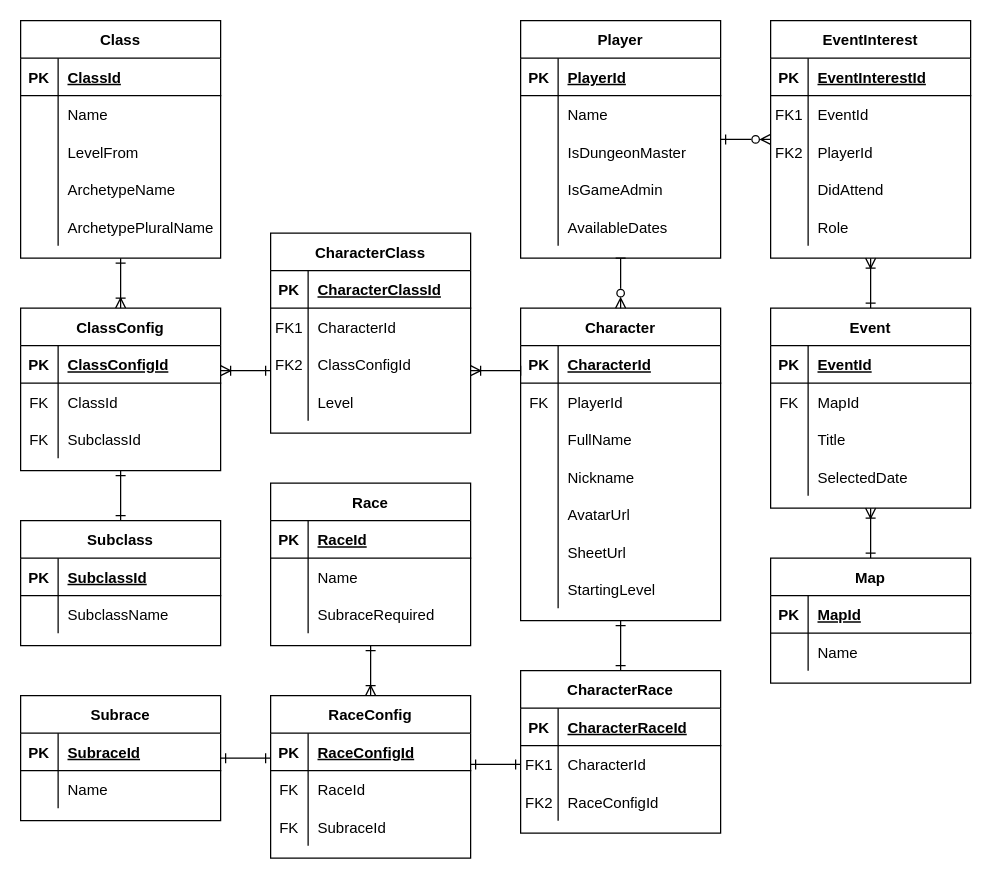
This is Documentation/Entity Relationship Diagram.drawio from Jackclarke95/into-the-west, a draw.io file, before an edit. Source tidied: cells renumbered, new cells numbered last; positions are measured from the earlier drawing's top-left corner, leaving out a move shared by most shapes. Both pictures are drawn from the tidied source at 125%, with x=0, y=0 at pixel (20, 20).
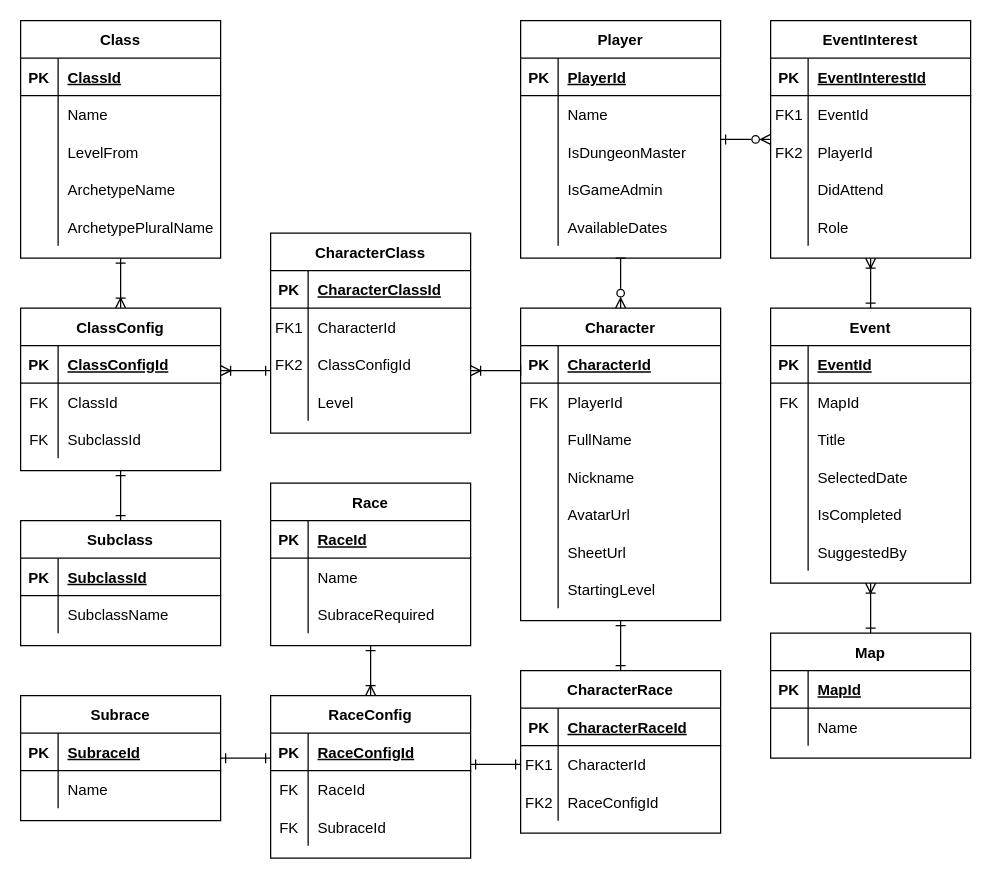
After the change.

The edit, as a diff of the source:
```diff
@@
     <mxCell id="26" value="Event" style="shape=table;startSize=30;childLayout=tableLayout;rowLines=0;fontStyle=1;align=center;strokeColor=default;" parent="1" vertex="1">
-      <mxGeometry x="600" y="230" width="160" height="160" as="geometry" />
+      <mxGeometry x="600" y="230" width="160" height="220" as="geometry" />
     </mxCell>
@@
+    <mxCell id="172" style="shape=tableRow;horizontal=0;startSize=0;swimlaneHead=0;swimlaneBody=0;fillColor=none;top=0;left=0;right=0;bottom=0;" parent="26" vertex="1">
+      <mxGeometry y="150" width="160" height="30" as="geometry" />
+    </mxCell>
+    <mxCell id="173" style="shape=partialRectangle;fillColor=none;top=0;left=0;bottom=0;right=0;overflow=hidden;" parent="172" vertex="1">
+      <mxGeometry width="30" height="30" as="geometry" />
+    </mxCell>
+    <mxCell id="174" value="IsCompleted" style="shape=partialRectangle;fillColor=none;top=0;left=0;bottom=0;right=0;align=left;spacingLeft=6;overflow=hidden;" parent="172" vertex="1">
+      <mxGeometry x="30" width="130" height="30" as="geometry" />
+    </mxCell>
+    <mxCell id="175" style="shape=tableRow;horizontal=0;startSize=0;swimlaneHead=0;swimlaneBody=0;fillColor=none;top=0;left=0;right=0;bottom=0;" parent="26" vertex="1">
+      <mxGeometry y="180" width="160" height="30" as="geometry" />
+    </mxCell>
+    <mxCell id="176" style="shape=partialRectangle;fillColor=none;top=0;left=0;bottom=0;right=0;overflow=hidden;" parent="175" vertex="1">
+      <mxGeometry width="30" height="30" as="geometry" />
+    </mxCell>
+    <mxCell id="177" value="SuggestedBy" style="shape=partialRectangle;fillColor=none;top=0;left=0;bottom=0;right=0;align=left;spacingLeft=6;overflow=hidden;" parent="175" vertex="1">
+      <mxGeometry x="30" width="130" height="30" as="geometry" />
+    </mxCell>
@@
     <mxCell id="128" value="Map" style="shape=table;startSize=30;childLayout=tableLayout;rowLines=0;fontStyle=1;align=center;strokeColor=default;" parent="1" vertex="1">
-      <mxGeometry x="600" y="430" width="160" height="100" as="geometry" />
+      <mxGeometry x="600" y="490" width="160" height="100" as="geometry" />
     </mxCell>
```
